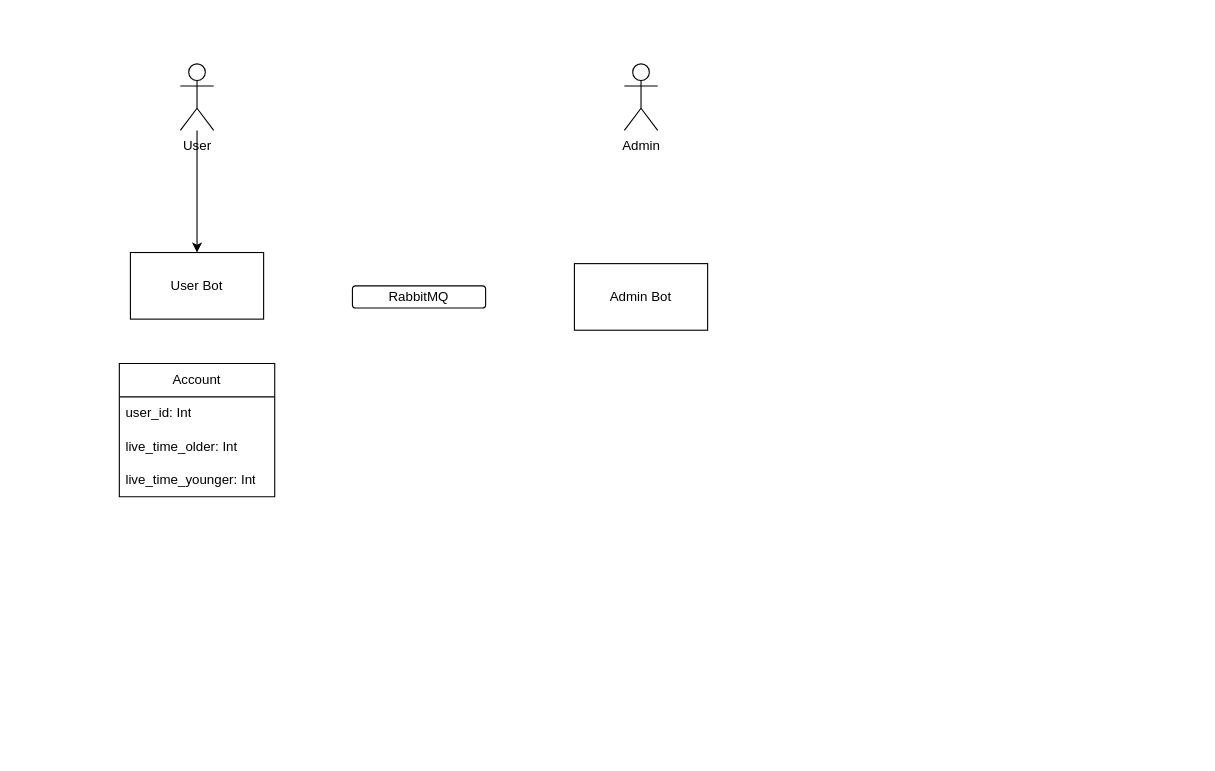
Above: Dex Bot.drawio in lincentpega/diagrams (draw.io), before the change. Source tidied: cells renumbered, new cells numbered last; positions are measured from the earlier drawing's top-left corner, leaving out a move shared by most shapes. Both pictures are drawn from the tidied source at 111%, with x=0, y=0 at pixel (119, 63). Pictures stored in the file or linked from it are replaced by grey dashed boxes.
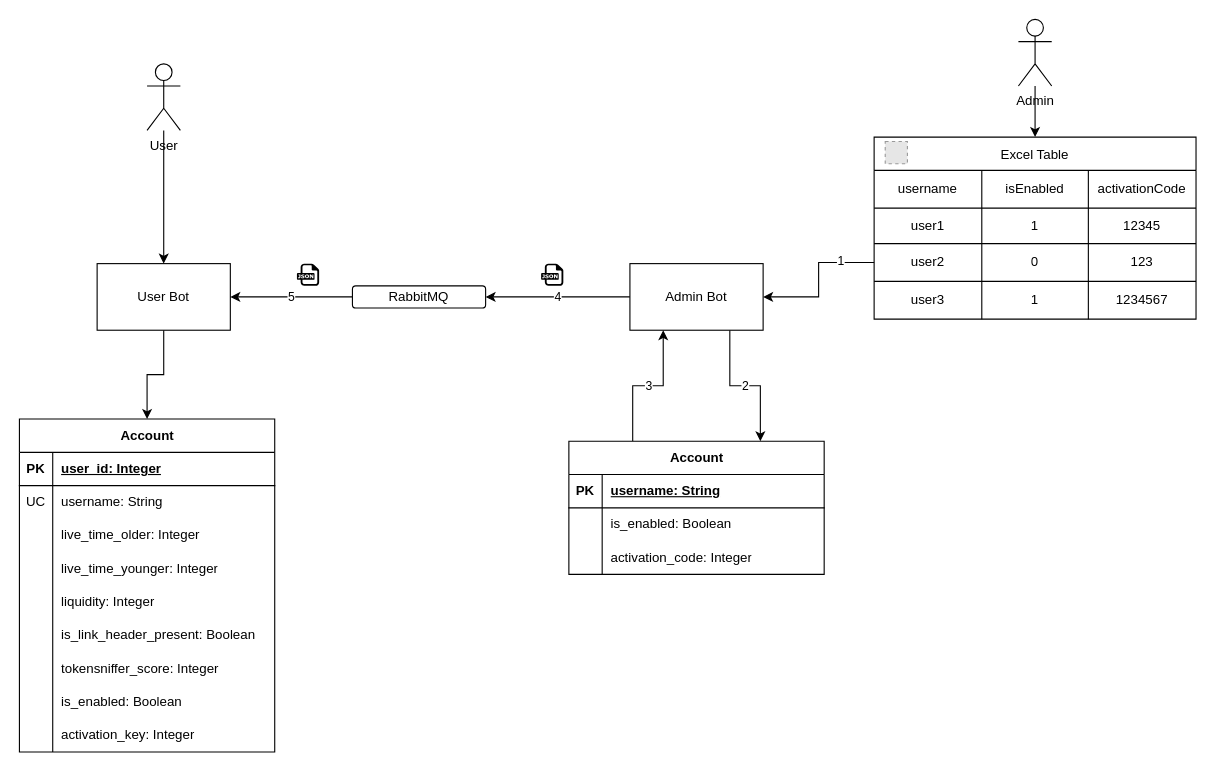
The same page after the edit.

The change refers to these unchanged cells:
```xml
<mxCell id="4" value="RabbitMQ" style="rounded=1;whiteSpace=wrap;html=1;" parent="1" vertex="1">
  <mxGeometry x="210" y="200" width="120" height="20" as="geometry" />
</mxCell>
```

The edit, as a diff of the source:
```diff
@@
+    <mxCell id="12" style="edgeStyle=orthogonalEdgeStyle;rounded=0;jettySize=auto;html=1;entryX=0.5;entryY=0;entryDx=0;entryDy=0;" parent="1" edge="1" source="2" target="17">
+      <mxGeometry relative="1" as="geometry" />
+    </mxCell>
     <mxCell id="2" value="&lt;div&gt;User Bot&lt;/div&gt;" style="rounded=0;whiteSpace=wrap;html=1;" parent="1" vertex="1">
-      <mxGeometry x="10" y="170" width="120" height="60" as="geometry" />
+      <mxGeometry x="-20" y="180" width="120" height="60" as="geometry" />
     </mxCell>
+    <mxCell id="13" value="4" style="edgeStyle=orthogonalEdgeStyle;rounded=0;jettySize=auto;html=1;entryX=1;entryY=0.5;entryDx=0;entryDy=0;" parent="1" edge="1" source="3" target="4">
+      <mxGeometry relative="1" as="geometry" />
+    </mxCell>
+    <mxCell id="14" value="2" style="edgeStyle=orthogonalEdgeStyle;rounded=0;jettySize=auto;html=1;exitX=0.75;exitY=1;exitDx=0;exitDy=0;entryX=0.75;entryY=0;entryDx=0;entryDy=0;" parent="1" edge="1" source="3" target="68">
+      <mxGeometry relative="1" as="geometry" />
+    </mxCell>
     <mxCell id="3" value="Admin Bot" style="rounded=0;whiteSpace=wrap;html=1;" parent="1" vertex="1">
-      <mxGeometry x="410" y="180" width="120" height="60" as="geometry" />
+      <mxGeometry x="460" y="180" width="120" height="60" as="geometry" />
     </mxCell>
+    <mxCell id="15" value="5" style="edgeStyle=orthogonalEdgeStyle;rounded=0;jettySize=auto;html=1;entryX=1;entryY=0.5;entryDx=0;entryDy=0;" parent="1" edge="1" source="4" target="2">
+      <mxGeometry relative="1" as="geometry" />
+    </mxCell>
@@
     <mxCell id="6" value="User" style="shape=umlActor;verticalLabelPosition=bottom;verticalAlign=top;html=1;outlineConnect=0;" parent="1" vertex="1">
-      <mxGeometry x="55" width="30" height="60" as="geometry" />
+      <mxGeometry x="25" width="30" height="60" as="geometry" />
     </mxCell>
+    <mxCell id="16" style="edgeStyle=orthogonalEdgeStyle;rounded=0;jettySize=auto;html=1;entryX=0.5;entryY=0;entryDx=0;entryDy=0;" parent="1" edge="1" source="7" target="45">
+      <mxGeometry relative="1" as="geometry" />
+    </mxCell>
     <mxCell id="7" value="Admin" style="shape=umlActor;verticalLabelPosition=bottom;verticalAlign=top;html=1;outlineConnect=0;" parent="1" vertex="1">
-      <mxGeometry x="455" width="30" height="60" as="geometry" />
+      <mxGeometry x="810" y="-40" width="30" height="60" as="geometry" />
     </mxCell>
-    <mxCell id="8" value="Account" style="swimlane;fontStyle=0;horizontal=1;startSize=30;whiteSpace=wrap;html=1;" parent="1" vertex="1">
-      <mxGeometry y="270" width="140" height="120" as="geometry" />
-    </mxCell>
-    <mxCell id="9" value="&lt;div&gt;user_id: Int&lt;/div&gt;" style="text;strokeColor=none;fillColor=none;align=left;verticalAlign=middle;spacingLeft=4;spacingRight=4;overflow=hidden;whiteSpace=wrap;html=1;" parent="8" vertex="1">
-      <mxGeometry y="30" width="140" height="30" as="geometry" />
-    </mxCell>
-    <mxCell id="10" value="live_time_older: Int" style="text;strokeColor=none;fillColor=none;align=left;verticalAlign=middle;spacingLeft=4;spacingRight=4;overflow=hidden;whiteSpace=wrap;html=1;" parent="8" vertex="1">
-      <mxGeometry y="60" width="140" height="30" as="geometry" />
-    </mxCell>
-    <mxCell id="11" value="live_time_younger: Int" style="text;strokeColor=none;fillColor=none;align=left;verticalAlign=middle;spacingLeft=4;spacingRight=4;overflow=hidden;whiteSpace=wrap;html=1;" parent="8" vertex="1">
-      <mxGeometry y="90" width="140" height="30" as="geometry" />
-    </mxCell>
+    <mxCell id="17" value="Account" style="shape=table;startSize=30;childLayout=tableLayout;rowLines=0;fontStyle=1;align=center;html=1;" parent="1" vertex="1">
+      <mxGeometry x="-90" y="320" width="230" height="300" as="geometry" />
+    </mxCell>
+    <mxCell id="18" style="shape=tableRow;horizontal=0;startSize=0;swimlaneHead=0;swimlaneBody=0;fillColor=none;top=0;left=0;right=0;bottom=1;" parent="17" vertex="1">
+      <mxGeometry y="30" width="230" height="30" as="geometry" />
+    </mxCell>
+    <mxCell id="19" value="PK" style="shape=partialRectangle;fillColor=none;top=0;left=0;bottom=0;right=0;fontStyle=1;overflow=hidden;whiteSpace=wrap;html=1;" parent="18" vertex="1">
+      <mxGeometry width="30" height="30" as="geometry" />
+    </mxCell>
+    <mxCell id="20" value="user_id: Integer" style="shape=partialRectangle;fillColor=none;top=0;left=0;bottom=0;right=0;align=left;spacingLeft=6;fontStyle=5;overflow=hidden;whiteSpace=wrap;html=1;" parent="18" vertex="1">
+      <mxGeometry x="30" width="200" height="30" as="geometry" />
+    </mxCell>
+    <mxCell id="21" style="shape=tableRow;horizontal=0;startSize=0;swimlaneHead=0;swimlaneBody=0;fillColor=none;top=0;left=0;right=0;bottom=0;" parent="17" vertex="1">
+      <mxGeometry y="60" width="230" height="30" as="geometry" />
+    </mxCell>
+    <mxCell id="22" value="UC" style="shape=partialRectangle;fillColor=none;top=0;left=0;bottom=0;right=0;overflow=hidden;whiteSpace=wrap;html=1;" parent="21" vertex="1">
+      <mxGeometry width="30" height="30" as="geometry" />
+    </mxCell>
+    <mxCell id="23" value="username: String" style="shape=partialRectangle;fillColor=none;top=0;left=0;bottom=0;right=0;align=left;spacingLeft=6;overflow=hidden;whiteSpace=wrap;html=1;" parent="21" vertex="1">
+      <mxGeometry x="30" width="200" height="30" as="geometry" />
+    </mxCell>
+    <mxCell id="24" style="shape=tableRow;horizontal=0;startSize=0;swimlaneHead=0;swimlaneBody=0;fillColor=none;top=0;left=0;right=0;bottom=0;" parent="17" vertex="1">
+      <mxGeometry y="90" width="230" height="30" as="geometry" />
+    </mxCell>
+    <mxCell id="25" style="shape=partialRectangle;fillColor=none;top=0;left=0;bottom=0;right=0;overflow=hidden;whiteSpace=wrap;html=1;" parent="24" vertex="1">
+      <mxGeometry width="30" height="30" as="geometry" />
+    </mxCell>
+    <mxCell id="26" value="live_time_older: Integer" style="shape=partialRectangle;fillColor=none;top=0;left=0;bottom=0;right=0;align=left;spacingLeft=6;overflow=hidden;whiteSpace=wrap;html=1;" parent="24" vertex="1">
+      <mxGeometry x="30" width="200" height="30" as="geometry" />
+    </mxCell>
+    <mxCell id="27" style="shape=tableRow;horizontal=0;startSize=0;swimlaneHead=0;swimlaneBody=0;fillColor=none;top=0;left=0;right=0;bottom=0;" parent="17" vertex="1">
+      <mxGeometry y="120" width="230" height="30" as="geometry" />
+    </mxCell>
+    <mxCell id="28" style="shape=partialRectangle;fillColor=none;top=0;left=0;bottom=0;right=0;overflow=hidden;whiteSpace=wrap;html=1;" parent="27" vertex="1">
+      <mxGeometry width="30" height="30" as="geometry" />
+    </mxCell>
+    <mxCell id="29" value="live_time_younger: Integer" style="shape=partialRectangle;fillColor=none;top=0;left=0;bottom=0;right=0;align=left;spacingLeft=6;overflow=hidden;whiteSpace=wrap;html=1;" parent="27" vertex="1">
+      <mxGeometry x="30" width="200" height="30" as="geometry" />
+    </mxCell>
+    <mxCell id="30" style="shape=tableRow;horizontal=0;startSize=0;swimlaneHead=0;swimlaneBody=0;fillColor=none;top=0;left=0;right=0;bottom=0;" parent="17" vertex="1">
+      <mxGeometry y="150" width="230" height="30" as="geometry" />
+    </mxCell>
+    <mxCell id="31" style="shape=partialRectangle;fillColor=none;top=0;left=0;bottom=0;right=0;overflow=hidden;whiteSpace=wrap;html=1;" parent="30" vertex="1">
+      <mxGeometry width="30" height="30" as="geometry" />
+    </mxCell>
+    <mxCell id="32" value="liquidity: Integer" style="shape=partialRectangle;fillColor=none;top=0;left=0;bottom=0;right=0;align=left;spacingLeft=6;overflow=hidden;whiteSpace=wrap;html=1;" parent="30" vertex="1">
+      <mxGeometry x="30" width="200" height="30" as="geometry" />
+    </mxCell>
+    <mxCell id="33" style="shape=tableRow;horizontal=0;startSize=0;swimlaneHead=0;swimlaneBody=0;fillColor=none;top=0;left=0;right=0;bottom=0;" parent="17" vertex="1">
+      <mxGeometry y="180" width="230" height="30" as="geometry" />
+    </mxCell>
+    <mxCell id="34" style="shape=partialRectangle;fillColor=none;top=0;left=0;bottom=0;right=0;overflow=hidden;whiteSpace=wrap;html=1;" parent="33" vertex="1">
+      <mxGeometry width="30" height="30" as="geometry" />
+    </mxCell>
+    <mxCell id="35" value="is_link_header_present: Boolean" style="shape=partialRectangle;fillColor=none;top=0;left=0;bottom=0;right=0;align=left;spacingLeft=6;overflow=hidden;whiteSpace=wrap;html=1;" parent="33" vertex="1">
+      <mxGeometry x="30" width="200" height="30" as="geometry" />
+    </mxCell>
+    <mxCell id="36" style="shape=tableRow;horizontal=0;startSize=0;swimlaneHead=0;swimlaneBody=0;fillColor=none;top=0;left=0;right=0;bottom=0;" parent="17" vertex="1">
+      <mxGeometry y="210" width="230" height="30" as="geometry" />
+    </mxCell>
+    <mxCell id="37" style="shape=partialRectangle;fillColor=none;top=0;left=0;bottom=0;right=0;overflow=hidden;whiteSpace=wrap;html=1;" parent="36" vertex="1">
+      <mxGeometry width="30" height="30" as="geometry" />
+    </mxCell>
+    <mxCell id="38" value="tokensniffer_score: Integer" style="shape=partialRectangle;fillColor=none;top=0;left=0;bottom=0;right=0;align=left;spacingLeft=6;overflow=hidden;whiteSpace=wrap;html=1;" parent="36" vertex="1">
+      <mxGeometry x="30" width="200" height="30" as="geometry" />
+    </mxCell>
+    <mxCell id="39" style="shape=tableRow;horizontal=0;startSize=0;swimlaneHead=0;swimlaneBody=0;fillColor=none;top=0;left=0;right=0;bottom=0;" parent="17" vertex="1">
+      <mxGeometry y="240" width="230" height="30" as="geometry" />
+    </mxCell>
+    <mxCell id="40" style="shape=partialRectangle;fillColor=none;top=0;left=0;bottom=0;right=0;overflow=hidden;whiteSpace=wrap;html=1;" parent="39" vertex="1">
+      <mxGeometry width="30" height="30" as="geometry" />
+    </mxCell>
+    <mxCell id="41" value="is_enabled: Boolean" style="shape=partialRectangle;fillColor=none;top=0;left=0;bottom=0;right=0;align=left;spacingLeft=6;overflow=hidden;whiteSpace=wrap;html=1;" parent="39" vertex="1">
+      <mxGeometry x="30" width="200" height="30" as="geometry" />
+    </mxCell>
+    <mxCell id="42" style="shape=tableRow;horizontal=0;startSize=0;swimlaneHead=0;swimlaneBody=0;fillColor=none;top=0;left=0;right=0;bottom=0;" parent="17" vertex="1">
+      <mxGeometry y="270" width="230" height="30" as="geometry" />
+    </mxCell>
+    <mxCell id="43" style="shape=partialRectangle;fillColor=none;top=0;left=0;bottom=0;right=0;overflow=hidden;whiteSpace=wrap;html=1;" parent="42" vertex="1">
+      <mxGeometry width="30" height="30" as="geometry" />
+    </mxCell>
+    <mxCell id="44" value="activation_key: Integer" style="shape=partialRectangle;fillColor=none;top=0;left=0;bottom=0;right=0;align=left;spacingLeft=6;overflow=hidden;whiteSpace=wrap;html=1;" parent="42" vertex="1">
+      <mxGeometry x="30" width="200" height="30" as="geometry" />
+    </mxCell>
+    <mxCell id="45" value="Excel Table" style="shape=table;startSize=30;childLayout=tableLayout;strokeColor=default;fontSize=12;" parent="1" vertex="1">
+      <mxGeometry x="680" y="66" width="290" height="164" as="geometry" />
+    </mxCell>
+    <mxCell id="46" style="shape=tableRow;horizontal=0;startSize=0;swimlaneHead=0;swimlaneBody=0;strokeColor=inherit;top=0;left=0;bottom=0;right=0;fillColor=none;fontSize=12;" parent="45" vertex="1">
+      <mxGeometry y="30" width="290" height="34" as="geometry" />
+    </mxCell>
+    <mxCell id="47" value="username" style="shape=partialRectangle;html=1;whiteSpace=wrap;strokeColor=inherit;overflow=hidden;fillColor=none;top=0;left=0;bottom=0;right=0;fontSize=12;" parent="46" vertex="1">
+      <mxGeometry width="97" height="34" as="geometry" />
+    </mxCell>
+    <mxCell id="48" value="isEnabled" style="shape=partialRectangle;html=1;whiteSpace=wrap;strokeColor=inherit;overflow=hidden;fillColor=none;top=0;left=0;bottom=0;right=0;fontSize=12;" parent="46" vertex="1">
+      <mxGeometry x="97" width="96" height="34" as="geometry" />
+    </mxCell>
+    <mxCell id="49" value="activationCode" style="shape=partialRectangle;html=1;whiteSpace=wrap;strokeColor=inherit;overflow=hidden;fillColor=none;top=0;left=0;bottom=0;right=0;fontSize=12;" parent="46" vertex="1">
+      <mxGeometry x="193" width="97" height="34" as="geometry" />
+    </mxCell>
+    <mxCell id="50" style="shape=tableRow;horizontal=0;startSize=0;swimlaneHead=0;swimlaneBody=0;strokeColor=inherit;top=0;left=0;bottom=0;right=0;fillColor=none;fontSize=12;" parent="45" vertex="1">
+      <mxGeometry y="64" width="290" height="32" as="geometry" />
+    </mxCell>
+    <mxCell id="51" value="user1" style="shape=partialRectangle;html=1;whiteSpace=wrap;strokeColor=inherit;overflow=hidden;fillColor=none;top=0;left=0;bottom=0;right=0;fontSize=12;" parent="50" vertex="1">
+      <mxGeometry width="97" height="32" as="geometry" />
+    </mxCell>
+    <mxCell id="52" value="1" style="shape=partialRectangle;html=1;whiteSpace=wrap;strokeColor=inherit;overflow=hidden;fillColor=none;top=0;left=0;bottom=0;right=0;fontSize=12;" parent="50" vertex="1">
+      <mxGeometry x="97" width="96" height="32" as="geometry" />
+    </mxCell>
+    <mxCell id="53" value="12345" style="shape=partialRectangle;html=1;whiteSpace=wrap;strokeColor=inherit;overflow=hidden;fillColor=none;top=0;left=0;bottom=0;right=0;fontSize=12;" parent="50" vertex="1">
+      <mxGeometry x="193" width="97" height="32" as="geometry" />
+    </mxCell>
+    <mxCell id="54" style="shape=tableRow;horizontal=0;startSize=0;swimlaneHead=0;swimlaneBody=0;strokeColor=inherit;top=0;left=0;bottom=0;right=0;fillColor=none;points=[[0,0.5],[1,0.5]];portConstraint=eastwest;fontSize=12;" parent="45" vertex="1">
+      <mxGeometry y="96" width="290" height="34" as="geometry" />
+    </mxCell>
+    <mxCell id="55" value="user2" style="shape=partialRectangle;html=1;whiteSpace=wrap;strokeColor=inherit;overflow=hidden;fillColor=none;top=0;left=0;bottom=0;right=0;fontSize=12;" parent="54" vertex="1">
+      <mxGeometry width="97" height="34" as="geometry" />
+    </mxCell>
+    <mxCell id="56" value="0" style="shape=partialRectangle;html=1;whiteSpace=wrap;strokeColor=inherit;overflow=hidden;fillColor=none;top=0;left=0;bottom=0;right=0;fontSize=12;" parent="54" vertex="1">
+      <mxGeometry x="97" width="96" height="34" as="geometry" />
+    </mxCell>
+    <mxCell id="57" value="123" style="shape=partialRectangle;html=1;whiteSpace=wrap;strokeColor=inherit;overflow=hidden;fillColor=none;top=0;left=0;bottom=0;right=0;fontSize=12;" parent="54" vertex="1">
+      <mxGeometry x="193" width="97" height="34" as="geometry" />
+    </mxCell>
+    <mxCell id="58" style="shape=tableRow;horizontal=0;startSize=0;swimlaneHead=0;swimlaneBody=0;strokeColor=inherit;top=0;left=0;bottom=0;right=0;fillColor=none;fontSize=12;" parent="45" vertex="1">
+      <mxGeometry y="130" width="290" height="34" as="geometry" />
+    </mxCell>
+    <mxCell id="59" value="user3" style="shape=partialRectangle;html=1;whiteSpace=wrap;strokeColor=inherit;overflow=hidden;fillColor=none;top=0;left=0;bottom=0;right=0;fontSize=12;" parent="58" vertex="1">
+      <mxGeometry width="97" height="34" as="geometry" />
+    </mxCell>
+    <mxCell id="60" value="1" style="shape=partialRectangle;html=1;whiteSpace=wrap;strokeColor=inherit;overflow=hidden;fillColor=none;top=0;left=0;bottom=0;right=0;fontSize=12;" parent="58" vertex="1">
+      <mxGeometry x="97" width="96" height="34" as="geometry" />
+    </mxCell>
+    <mxCell id="61" value="1234567" style="shape=partialRectangle;html=1;whiteSpace=wrap;strokeColor=inherit;overflow=hidden;fillColor=none;top=0;left=0;bottom=0;right=0;fontSize=12;" parent="58" vertex="1">
+      <mxGeometry x="193" width="97" height="34" as="geometry" />
+    </mxCell>
+    <mxCell id="62" style="edgeStyle=orthogonalEdgeStyle;rounded=0;jettySize=auto;html=1;entryX=1;entryY=0.5;entryDx=0;entryDy=0;" parent="1" edge="1" source="54" target="3">
+      <mxGeometry relative="1" as="geometry" />
+    </mxCell>
+    <mxCell id="63" value="1" style="edgeLabel;html=1;align=center;verticalAlign=middle;" parent="62" vertex="1">
+      <mxGeometry x="-0.52" y="-2" relative="1" as="geometry" />
+    </mxCell>
+    <mxCell id="64" style="fillColor=#E6E6E6;strokeColor=#999999;dashed=1;html=1;verticalAlign=top;verticalLabelPosition=bottom;labelBackgroundColor=#ffffff;" parent="1" vertex="1">
+      <mxGeometry x="690" y="70" width="20" height="20" as="geometry" />
+    </mxCell>
+    <mxCell id="65" style="dashed=0;html=1;align=center;labelPosition=center;verticalLabelPosition=bottom;verticalAlign=top;shape=mxgraph.weblogos.json;" parent="1" vertex="1">
+      <mxGeometry x="380" y="180" width="20" height="20" as="geometry" />
+    </mxCell>
+    <mxCell id="66" style="dashed=0;html=1;align=center;labelPosition=center;verticalLabelPosition=bottom;verticalAlign=top;shape=mxgraph.weblogos.json;" parent="1" vertex="1">
+      <mxGeometry x="160" y="180" width="20" height="20" as="geometry" />
+    </mxCell>
+    <mxCell id="67" value="3" style="edgeStyle=orthogonalEdgeStyle;rounded=0;jettySize=auto;html=1;exitX=0.25;exitY=0;exitDx=0;exitDy=0;entryX=0.25;entryY=1;entryDx=0;entryDy=0;" parent="1" edge="1" source="68" target="3">
+      <mxGeometry relative="1" as="geometry" />
+    </mxCell>
+    <mxCell id="68" value="Account" style="shape=table;startSize=30;childLayout=tableLayout;rowLines=0;fontStyle=1;align=center;html=1;" parent="1" vertex="1">
+      <mxGeometry x="405" y="340" width="230" height="120" as="geometry" />
+    </mxCell>
+    <mxCell id="69" style="shape=tableRow;horizontal=0;startSize=0;swimlaneHead=0;swimlaneBody=0;fillColor=none;top=0;left=0;right=0;bottom=1;" parent="68" vertex="1">
+      <mxGeometry y="30" width="230" height="30" as="geometry" />
+    </mxCell>
+    <mxCell id="70" value="PK" style="shape=partialRectangle;fillColor=none;top=0;left=0;bottom=0;right=0;fontStyle=1;overflow=hidden;whiteSpace=wrap;html=1;" parent="69" vertex="1">
+      <mxGeometry width="30" height="30" as="geometry" />
+    </mxCell>
+    <mxCell id="71" value="username: String" style="shape=partialRectangle;fillColor=none;top=0;left=0;bottom=0;right=0;align=left;spacingLeft=6;fontStyle=5;overflow=hidden;whiteSpace=wrap;html=1;" parent="69" vertex="1">
+      <mxGeometry x="30" width="200" height="30" as="geometry" />
+    </mxCell>
+    <mxCell id="72" style="shape=tableRow;horizontal=0;startSize=0;swimlaneHead=0;swimlaneBody=0;fillColor=none;top=0;left=0;right=0;bottom=0;" parent="68" vertex="1">
+      <mxGeometry y="60" width="230" height="30" as="geometry" />
+    </mxCell>
+    <mxCell id="73" style="shape=partialRectangle;fillColor=none;top=0;left=0;bottom=0;right=0;overflow=hidden;whiteSpace=wrap;html=1;" parent="72" vertex="1">
+      <mxGeometry width="30" height="30" as="geometry" />
+    </mxCell>
+    <mxCell id="74" value="is_enabled: Boolean" style="shape=partialRectangle;fillColor=none;top=0;left=0;bottom=0;right=0;align=left;spacingLeft=6;overflow=hidden;whiteSpace=wrap;html=1;" parent="72" vertex="1">
+      <mxGeometry x="30" width="200" height="30" as="geometry" />
+    </mxCell>
+    <mxCell id="75" style="shape=tableRow;horizontal=0;startSize=0;swimlaneHead=0;swimlaneBody=0;fillColor=none;top=0;left=0;right=0;bottom=0;" parent="68" vertex="1">
+      <mxGeometry y="90" width="230" height="30" as="geometry" />
+    </mxCell>
+    <mxCell id="76" style="shape=partialRectangle;fillColor=none;top=0;left=0;bottom=0;right=0;overflow=hidden;whiteSpace=wrap;html=1;" parent="75" vertex="1">
+      <mxGeometry width="30" height="30" as="geometry" />
+    </mxCell>
+    <mxCell id="77" value="activation_code: Integer" style="shape=partialRectangle;fillColor=none;top=0;left=0;bottom=0;right=0;align=left;spacingLeft=6;overflow=hidden;whiteSpace=wrap;html=1;" parent="75" vertex="1">
+      <mxGeometry x="30" width="200" height="30" as="geometry" />
+    </mxCell>
```
